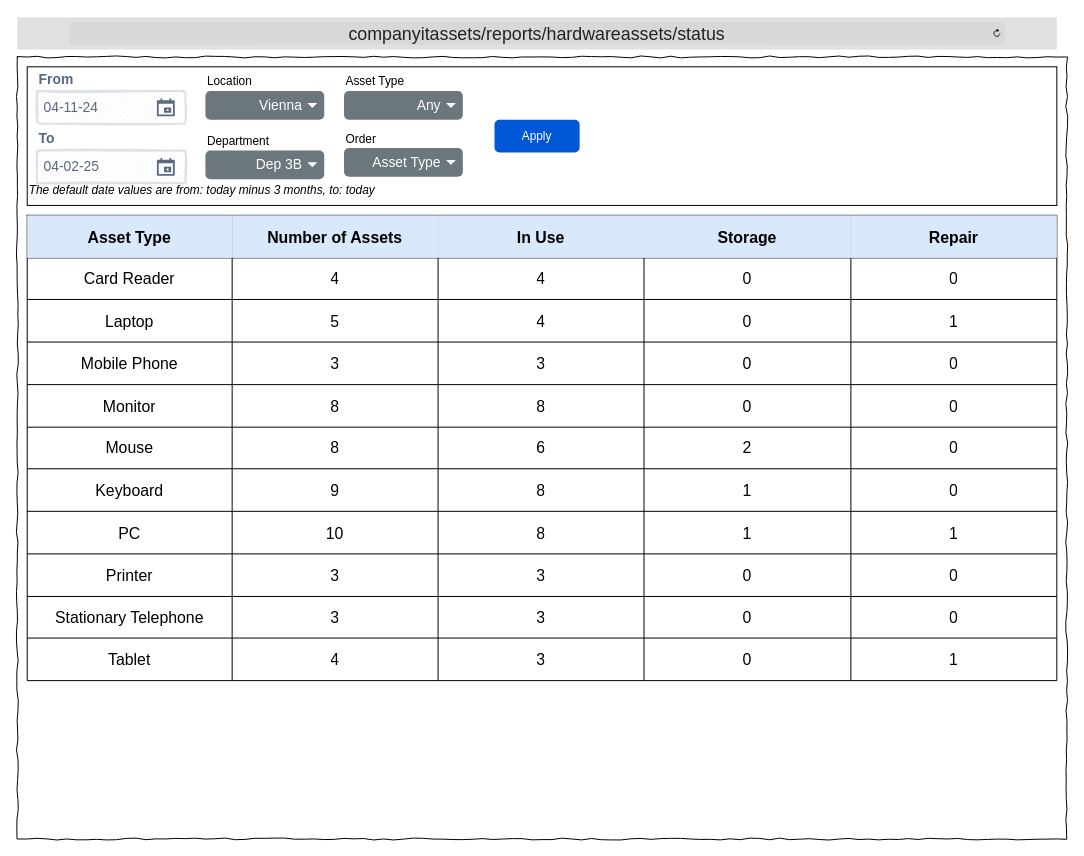
This is Wireframes/ITAT_Reports_HWStatus.drawio from TRed91/ITAssetTracking, a draw.io file, before an edit. Source tidied: cells renumbered, new cells numbered last; positions are measured from the earlier drawing's top-left corner, leaving out a move shared by most shapes. Both pictures are drawn from the tidied source at 99%, with x=0, y=0 at pixel (17, 17).
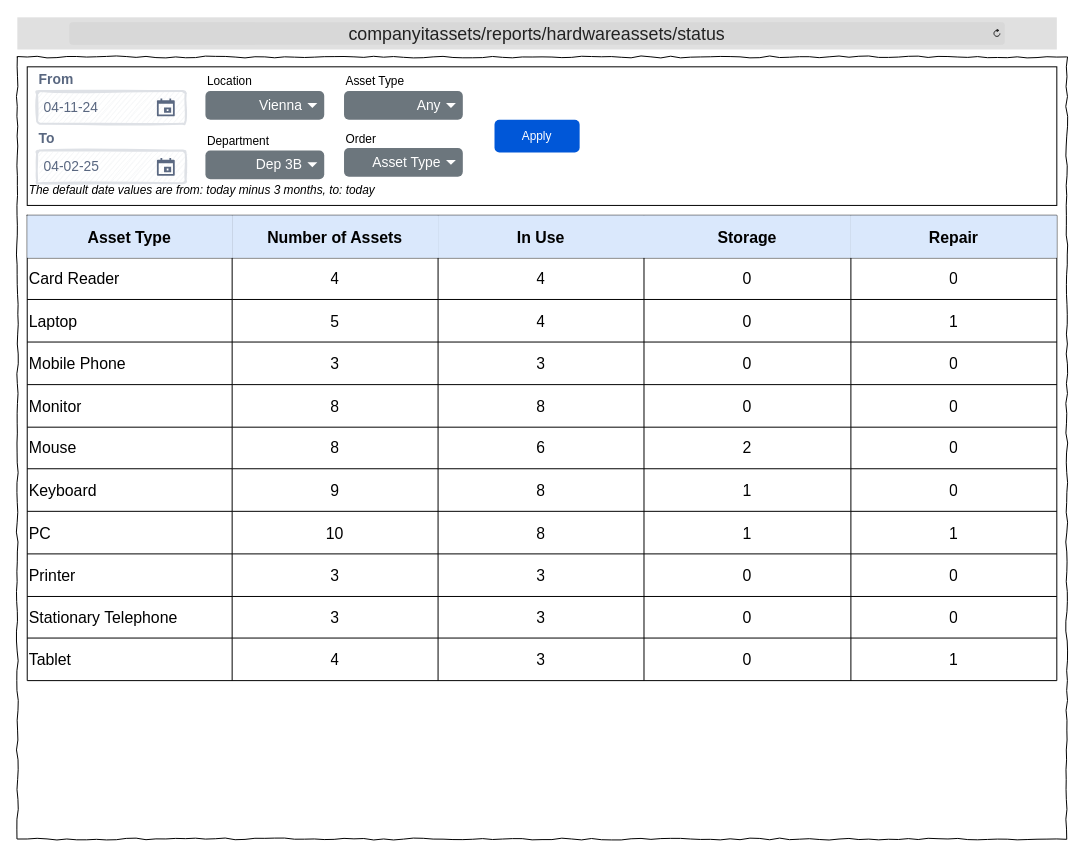
The same diagram, later.

The change refers to these unchanged cells:
```xml
<mxCell id="20" style="shape=tableRow;horizontal=0;startSize=0;swimlaneHead=0;swimlaneBody=0;strokeColor=inherit;top=0;left=0;bottom=0;right=0;fillColor=none;fontSize=16;" parent="13" vertex="1">
  <mxGeometry y="43" width="1040" height="42" as="geometry" />
</mxCell>
<mxCell id="26" style="shape=tableRow;horizontal=0;startSize=0;swimlaneHead=0;swimlaneBody=0;strokeColor=inherit;top=0;left=0;bottom=0;right=0;fillColor=none;fontSize=16;" parent="13" vertex="1">
  <mxGeometry y="85" width="1040" height="43" as="geometry" />
</mxCell>
<mxCell id="32" style="shape=tableRow;horizontal=0;startSize=0;swimlaneHead=0;swimlaneBody=0;strokeColor=inherit;top=0;left=0;bottom=0;right=0;fillColor=none;fontSize=16;" parent="13" vertex="1">
  <mxGeometry y="128" width="1040" height="43" as="geometry" />
</mxCell>
<mxCell id="38" style="shape=tableRow;horizontal=0;startSize=0;swimlaneHead=0;swimlaneBody=0;strokeColor=inherit;top=0;left=0;bottom=0;right=0;fillColor=none;fontSize=16;" parent="13" vertex="1">
  <mxGeometry y="171" width="1040" height="43" as="geometry" />
</mxCell>
<mxCell id="44" style="shape=tableRow;horizontal=0;startSize=0;swimlaneHead=0;swimlaneBody=0;strokeColor=inherit;top=0;left=0;bottom=0;right=0;fillColor=none;fontSize=16;" parent="13" vertex="1">
  <mxGeometry y="214" width="1040" height="42" as="geometry" />
</mxCell>
<mxCell id="50" style="shape=tableRow;horizontal=0;startSize=0;swimlaneHead=0;swimlaneBody=0;strokeColor=inherit;top=0;left=0;bottom=0;right=0;fillColor=none;fontSize=16;" parent="13" vertex="1">
  <mxGeometry y="256" width="1040" height="43" as="geometry" />
</mxCell>
<mxCell id="56" style="shape=tableRow;horizontal=0;startSize=0;swimlaneHead=0;swimlaneBody=0;strokeColor=inherit;top=0;left=0;bottom=0;right=0;fillColor=none;fontSize=16;" parent="13" vertex="1">
  <mxGeometry y="299" width="1040" height="43" as="geometry" />
</mxCell>
<mxCell id="62" style="shape=tableRow;horizontal=0;startSize=0;swimlaneHead=0;swimlaneBody=0;strokeColor=inherit;top=0;left=0;bottom=0;right=0;fillColor=none;fontSize=16;" parent="13" vertex="1">
  <mxGeometry y="342" width="1040" height="43" as="geometry" />
</mxCell>
<mxCell id="68" style="shape=tableRow;horizontal=0;startSize=0;swimlaneHead=0;swimlaneBody=0;strokeColor=inherit;top=0;left=0;bottom=0;right=0;fillColor=none;fontSize=16;" parent="13" vertex="1">
  <mxGeometry y="385" width="1040" height="42" as="geometry" />
</mxCell>
<mxCell id="74" style="shape=tableRow;horizontal=0;startSize=0;swimlaneHead=0;swimlaneBody=0;strokeColor=inherit;top=0;left=0;bottom=0;right=0;fillColor=none;fontSize=16;" parent="13" vertex="1">
  <mxGeometry y="427" width="1040" height="43" as="geometry" />
</mxCell>
```

What changed in the source:
```diff
@@
-    <mxCell id="21" value="Card Reader" style="shape=partialRectangle;html=1;whiteSpace=wrap;strokeColor=inherit;overflow=hidden;fillColor=none;top=0;left=0;bottom=0;right=0;fontSize=16;" parent="20" vertex="1">
+    <mxCell id="21" value="Card Reader" style="shape=partialRectangle;html=1;whiteSpace=wrap;strokeColor=inherit;overflow=hidden;fillColor=none;top=0;left=0;bottom=0;right=0;fontSize=16;align=left;" parent="20" vertex="1">
       <mxGeometry width="207" height="42" as="geometry" />
     </mxCell>
@@
-    <mxCell id="27" value="Laptop" style="shape=partialRectangle;html=1;whiteSpace=wrap;strokeColor=inherit;overflow=hidden;fillColor=none;top=0;left=0;bottom=0;right=0;fontSize=16;" parent="26" vertex="1">
+    <mxCell id="27" value="Laptop" style="shape=partialRectangle;html=1;whiteSpace=wrap;strokeColor=inherit;overflow=hidden;fillColor=none;top=0;left=0;bottom=0;right=0;fontSize=16;align=left;" parent="26" vertex="1">
       <mxGeometry width="207" height="43" as="geometry" />
     </mxCell>
@@
-    <mxCell id="33" value="Mobile Phone" style="shape=partialRectangle;html=1;whiteSpace=wrap;strokeColor=inherit;overflow=hidden;fillColor=none;top=0;left=0;bottom=0;right=0;fontSize=16;" parent="32" vertex="1">
+    <mxCell id="33" value="Mobile Phone" style="shape=partialRectangle;html=1;whiteSpace=wrap;strokeColor=inherit;overflow=hidden;fillColor=none;top=0;left=0;bottom=0;right=0;fontSize=16;align=left;" parent="32" vertex="1">
       <mxGeometry width="207" height="43" as="geometry" />
     </mxCell>
@@
-    <mxCell id="39" value="Monitor" style="shape=partialRectangle;html=1;whiteSpace=wrap;strokeColor=inherit;overflow=hidden;fillColor=none;top=0;left=0;bottom=0;right=0;fontSize=16;" parent="38" vertex="1">
+    <mxCell id="39" value="Monitor" style="shape=partialRectangle;html=1;whiteSpace=wrap;strokeColor=inherit;overflow=hidden;fillColor=none;top=0;left=0;bottom=0;right=0;fontSize=16;align=left;" parent="38" vertex="1">
       <mxGeometry width="207" height="43" as="geometry" />
     </mxCell>
@@
-    <mxCell id="45" value="Mouse" style="shape=partialRectangle;html=1;whiteSpace=wrap;strokeColor=inherit;overflow=hidden;fillColor=none;top=0;left=0;bottom=0;right=0;fontSize=16;" parent="44" vertex="1">
+    <mxCell id="45" value="Mouse" style="shape=partialRectangle;html=1;whiteSpace=wrap;strokeColor=inherit;overflow=hidden;fillColor=none;top=0;left=0;bottom=0;right=0;fontSize=16;align=left;" parent="44" vertex="1">
       <mxGeometry width="207" height="42" as="geometry" />
     </mxCell>
@@
-    <mxCell id="51" value="Keyboard" style="shape=partialRectangle;html=1;whiteSpace=wrap;strokeColor=inherit;overflow=hidden;fillColor=none;top=0;left=0;bottom=0;right=0;fontSize=16;" parent="50" vertex="1">
+    <mxCell id="51" value="Keyboard" style="shape=partialRectangle;html=1;whiteSpace=wrap;strokeColor=inherit;overflow=hidden;fillColor=none;top=0;left=0;bottom=0;right=0;fontSize=16;align=left;" parent="50" vertex="1">
       <mxGeometry width="207" height="43" as="geometry" />
     </mxCell>
@@
-    <mxCell id="57" value="PC" style="shape=partialRectangle;html=1;whiteSpace=wrap;strokeColor=inherit;overflow=hidden;fillColor=none;top=0;left=0;bottom=0;right=0;fontSize=16;" parent="56" vertex="1">
+    <mxCell id="57" value="PC" style="shape=partialRectangle;html=1;whiteSpace=wrap;strokeColor=inherit;overflow=hidden;fillColor=none;top=0;left=0;bottom=0;right=0;fontSize=16;align=left;" parent="56" vertex="1">
       <mxGeometry width="207" height="43" as="geometry" />
     </mxCell>
@@
-    <mxCell id="63" value="Printer" style="shape=partialRectangle;html=1;whiteSpace=wrap;strokeColor=inherit;overflow=hidden;fillColor=none;top=0;left=0;bottom=0;right=0;fontSize=16;" parent="62" vertex="1">
+    <mxCell id="63" value="Printer" style="shape=partialRectangle;html=1;whiteSpace=wrap;strokeColor=inherit;overflow=hidden;fillColor=none;top=0;left=0;bottom=0;right=0;fontSize=16;align=left;" parent="62" vertex="1">
       <mxGeometry width="207" height="43" as="geometry" />
     </mxCell>
@@
-    <mxCell id="69" value="Stationary Telephone" style="shape=partialRectangle;html=1;whiteSpace=wrap;strokeColor=inherit;overflow=hidden;fillColor=none;top=0;left=0;bottom=0;right=0;fontSize=16;" parent="68" vertex="1">
+    <mxCell id="69" value="Stationary Telephone" style="shape=partialRectangle;html=1;whiteSpace=wrap;strokeColor=inherit;overflow=hidden;fillColor=none;top=0;left=0;bottom=0;right=0;fontSize=16;align=left;" parent="68" vertex="1">
       <mxGeometry width="207" height="42" as="geometry" />
     </mxCell>
@@
-    <mxCell id="75" value="Tablet" style="shape=partialRectangle;html=1;whiteSpace=wrap;strokeColor=inherit;overflow=hidden;fillColor=none;top=0;left=0;bottom=0;right=0;fontSize=16;" parent="74" vertex="1">
+    <mxCell id="75" value="Tablet" style="shape=partialRectangle;html=1;whiteSpace=wrap;strokeColor=inherit;overflow=hidden;fillColor=none;top=0;left=0;bottom=0;right=0;fontSize=16;align=left;" parent="74" vertex="1">
       <mxGeometry width="207" height="43" as="geometry" />
     </mxCell>
```
